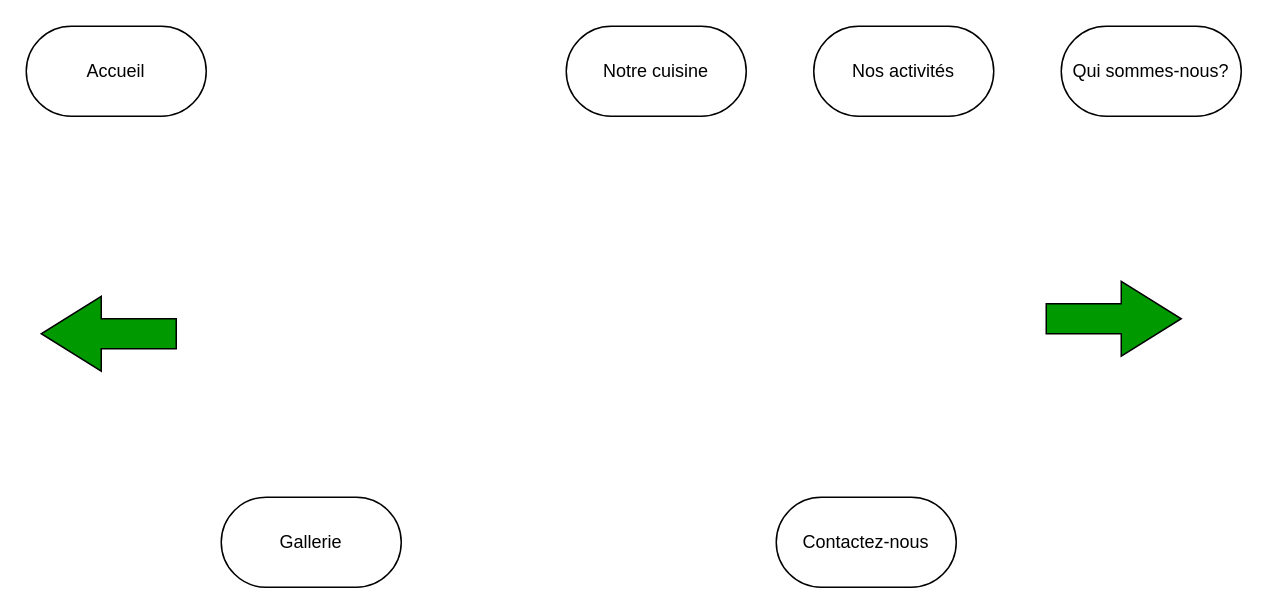
Earlier version of the draw.io diagram page "Mockup" (3 of 9) of Untitled Diagram.drawio (awatunis/test). Source tidied: cells renumbered, new cells numbered last; positions are measured from the earlier drawing's top-left corner, leaving out a move shared by most shapes. Both pictures are drawn from the tidied source at 150%, with x=0, y=0 at pixel (26, 26).
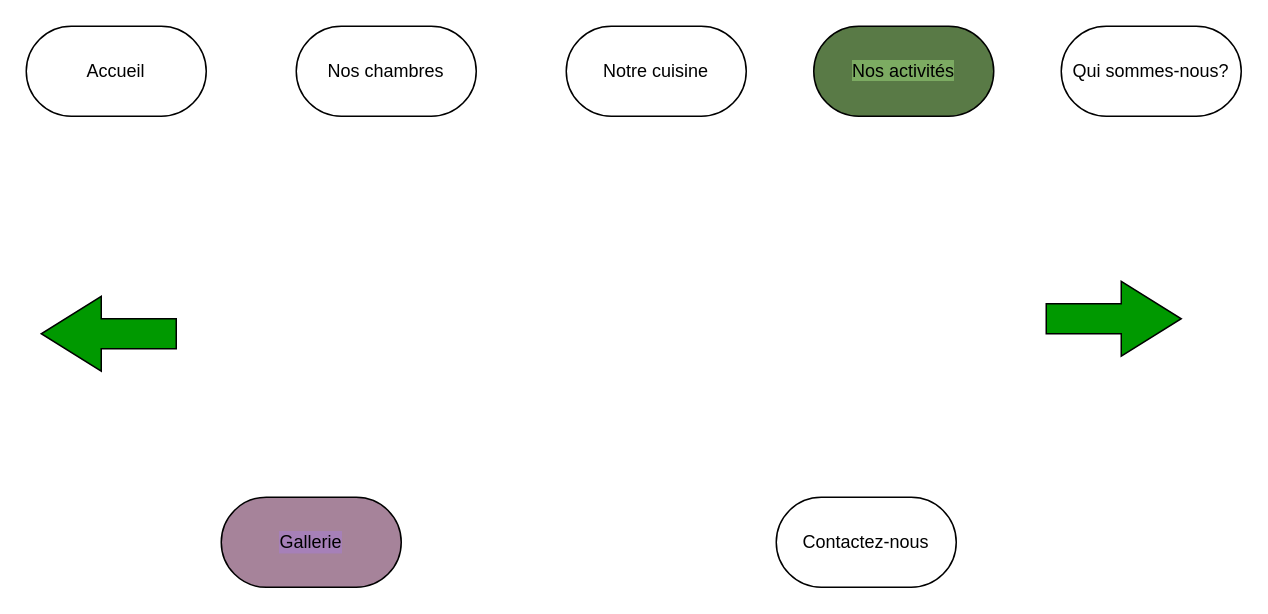
The same page after the edit.

What changed in the source:
```diff
@@
 <mxGraphModel>
   <root>
     <mxCell id="0" />
     <mxCell id="1" parent="0" />
     <mxCell id="2" value="Accueil" style="rounded=1;whiteSpace=wrap;html=1;arcSize=50;" parent="1" vertex="1">
       <mxGeometry width="120" height="60" as="geometry" />
     </mxCell>
     <mxCell id="3" value="Notre cuisine" style="rounded=1;whiteSpace=wrap;html=1;arcSize=50;" parent="1" vertex="1">
       <mxGeometry x="360" width="120" height="60" as="geometry" />
     </mxCell>
-    <mxCell id="4" value="Nos activités" style="rounded=1;whiteSpace=wrap;html=1;arcSize=50;" parent="1" vertex="1">
+    <mxCell id="4" value="&lt;span style=&quot;background-color: rgb(124 , 171 , 98)&quot;&gt;Nos activités&lt;/span&gt;" style="rounded=1;whiteSpace=wrap;html=1;arcSize=50;fillColor=#597A46;" parent="1" vertex="1">
       <mxGeometry x="525" width="120" height="60" as="geometry" />
     </mxCell>
     <mxCell id="5" value="Qui sommes-nous?" style="rounded=1;whiteSpace=wrap;html=1;arcSize=50;" parent="1" vertex="1">
       <mxGeometry x="690" width="120" height="60" as="geometry" />
     </mxCell>
-    <mxCell id="6" value="Gallerie" style="rounded=1;whiteSpace=wrap;html=1;arcSize=50;" parent="1" vertex="1">
+    <mxCell id="6" value="Gallerie" style="rounded=1;whiteSpace=wrap;html=1;arcSize=50;labelBackgroundColor=#A680B8;fillColor=#A6839A;" parent="1" vertex="1">
       <mxGeometry x="130" y="314" width="120" height="60" as="geometry" />
     </mxCell>
     <mxCell id="7" value="Contactez-nous" style="rounded=1;whiteSpace=wrap;html=1;arcSize=50;" parent="1" vertex="1">
       <mxGeometry x="500" y="314" width="120" height="60" as="geometry" />
     </mxCell>
     <mxCell id="8" style="html=1;shadow=0;dashed=0;align=center;verticalAlign=middle;shape=mxgraph.arrows2.arrow;dy=0.6;dx=40;notch=0;fillColor=#009900;" parent="1" vertex="1">
       <mxGeometry x="680" y="170" width="90" height="50" as="geometry" />
     </mxCell>
     <mxCell id="9" style="html=1;shadow=0;dashed=0;align=center;verticalAlign=middle;shape=mxgraph.arrows2.arrow;dy=0.6;dx=40;flipH=1;notch=0;fillColor=#009900;" parent="1" vertex="1">
       <mxGeometry x="10" y="180" width="90" height="50" as="geometry" />
     </mxCell>
+    <mxCell id="10" value="Nos chambres" style="rounded=1;whiteSpace=wrap;html=1;arcSize=50;" parent="1" vertex="1">
+      <mxGeometry x="180" width="120" height="60" as="geometry" />
+    </mxCell>
   </root>
 </mxGraphModel>
```
